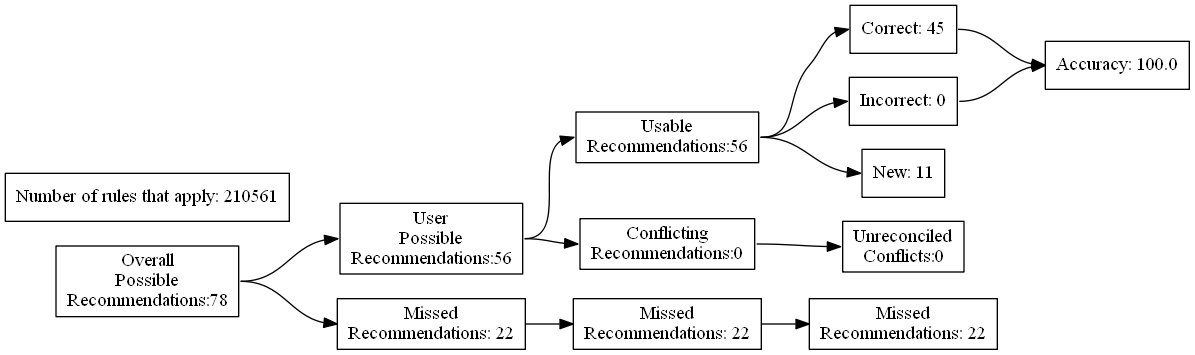
Above: test_renders/72.gv.png in ZaxR/ibd_diet_analysis (Graphviz), before the change. Its source is kept beside it as test_renders/72.gv.
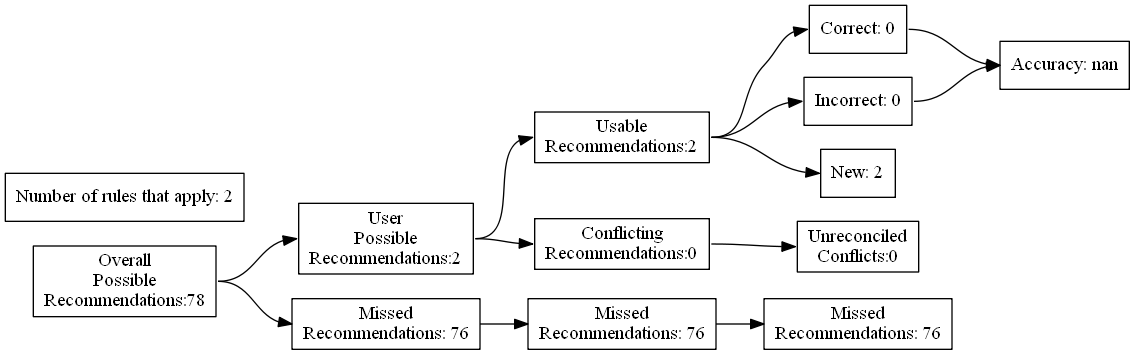
The same file after the commit.

Diff of the diagram source:
```diff
@@ -7,24 +7,24 @@
 Recommendations:78"]
 		B [label="User
 Possible
-Recommendations:56"]
+Recommendations:2"]
 		C [label="Missed
-Recommendations: 22"]
+Recommendations: 76"]
 		D [label="Usable
-Recommendations:56"]
+Recommendations:2"]
 		E [label="Conflicting
 Recommendations:0"]
 		J [label="Missed
-Recommendations: 22"]
+Recommendations: 76"]
 		M [label="Unreconciled
 Conflicts:0"]
-		F [label="Correct: 45"]
+		F [label="Correct: 0"]
 		G [label="Incorrect: 0"]
-		H [label="New: 11"]
+		H [label="New: 2"]
 		K [label="Missed
-Recommendations: 22"]
-		I [label="Accuracy: 100.0"]
-		l [label="Number of rules that apply: 210561"]
+Recommendations: 76"]
+		I [label="Accuracy: nan"]
+		l [label="Number of rules that apply: 2"]
 			A -> B
 			A -> C
 			B -> D
```
